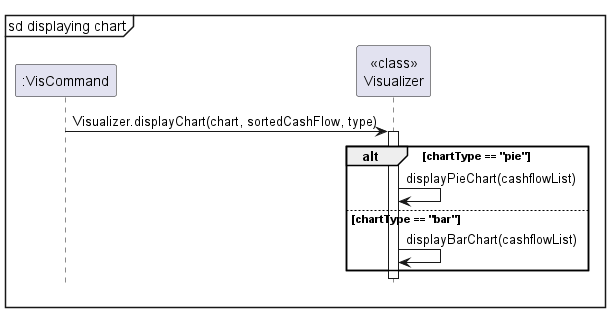
This is docs/images/vis/visualizerSequence.png from nus-cs2113-AY2324S1/tp, a PlantUML export, as it was before one commit. The source it was exported from:
```plantuml
@startuml

mainframe sd displaying chart

participant ":VisCommand"
participant "<<class>>\nVisualizer"

":VisCommand"-> "<<class>>\nVisualizer": Visualizer.displayChart(chart, sortedCashFlow, type)

activate "<<class>>\nVisualizer"

alt chartType == "pie"
    "<<class>>\nVisualizer" -> "<<class>>\nVisualizer": displayPieChart(cashflowList)
else chartType == "bar"
    "<<class>>\nVisualizer" -> "<<class>>\nVisualizer": displayBarChart(cashflowList)
end

hide footbox

@enduml
```
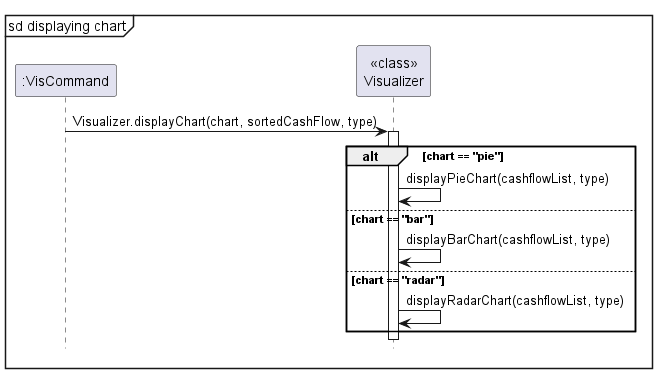
After the commit.

Commit message:
Update diagram to include radarchart

Diff of the diagram source:
```diff
@@ -9,10 +9,12 @@
 
 activate "<<class>>\nVisualizer"
 
-alt chartType == "pie"
-    "<<class>>\nVisualizer" -> "<<class>>\nVisualizer": displayPieChart(cashflowList)
-else chartType == "bar"
-    "<<class>>\nVisualizer" -> "<<class>>\nVisualizer": displayBarChart(cashflowList)
+alt chart == "pie"
+    "<<class>>\nVisualizer" -> "<<class>>\nVisualizer": displayPieChart(cashflowList, type)
+else chart == "bar"
+    "<<class>>\nVisualizer" -> "<<class>>\nVisualizer": displayBarChart(cashflowList, type)
+else chart == "radar"
+    "<<class>>\nVisualizer" -> "<<class>>\nVisualizer": displayRadarChart(cashflowList, type)
 end
 
 hide footbox
```
